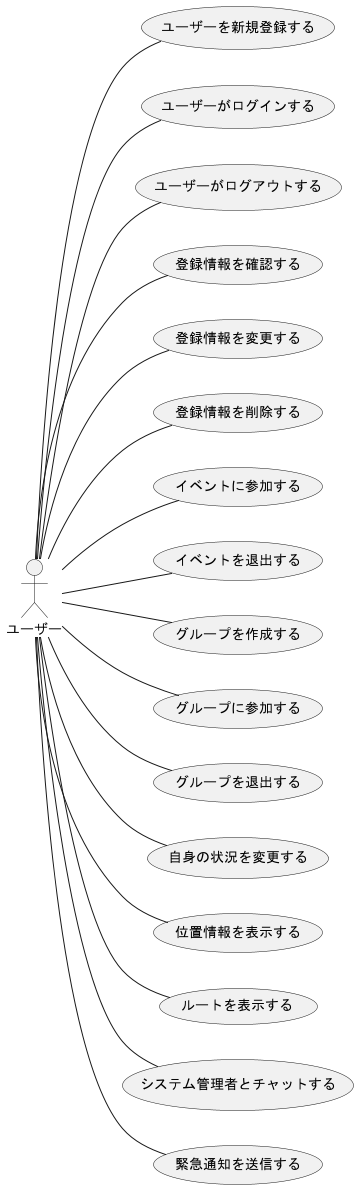
ksw2270227/GroupF keeps this PlantUML diagram as out/F_usecase_user/ユースケース.png. Above is the earlier version.
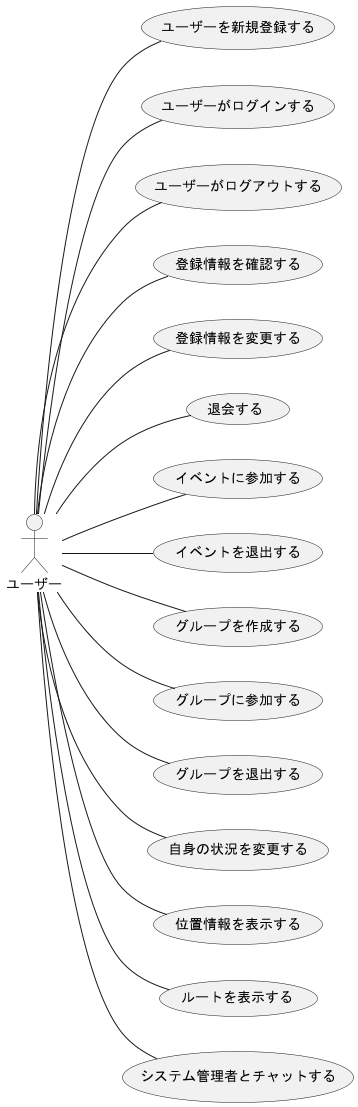
After the commit.

What changed in the source:
```diff
@@ -8,7 +8,7 @@
 ユーザー -- (ユーザーがログアウトする)
 ユーザー -- (登録情報を確認する)
 ユーザー -- (登録情報を変更する)
-ユーザー -- (登録情報を削除する)
+ユーザー -- (退会する)
 ユーザー -- (イベントに参加する)
 ユーザー -- (イベントを退出する)
 ユーザー -- (グループを作成する)
@@ -18,7 +18,6 @@
 ユーザー -- (位置情報を表示する)
 ユーザー -- (ルートを表示する)
 ユーザー -- (システム管理者とチャットする)
-ユーザー -- (緊急通知を送信する)
 
 
 
```
